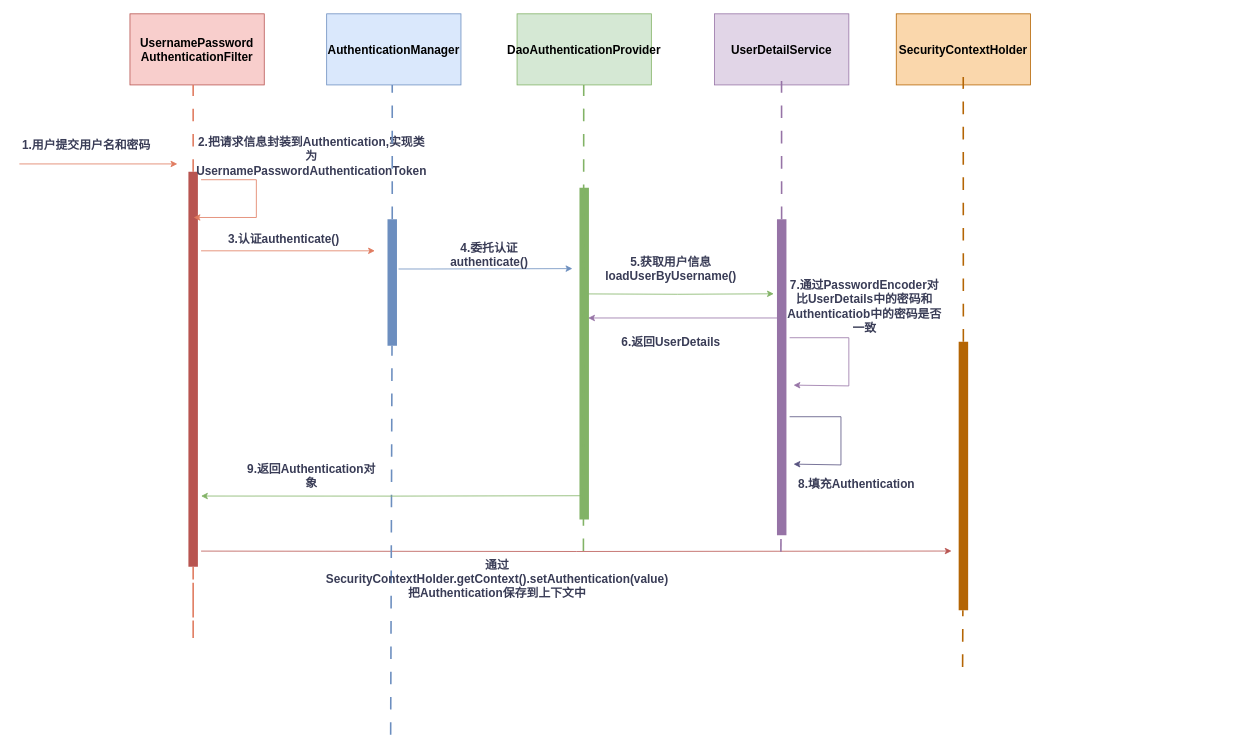
Earlier version of the draw.io diagram springsecurity入门案例认证流程图.drawio (pkqzyh/pkqzyh.github.io). Source tidied: cells renumbered, new cells numbered last; positions are measured from the earlier drawing's top-left corner, leaving out a move shared by most shapes. Both pictures are drawn from the tidied source at 79%, with x=0, y=0 at pixel (19, 13).
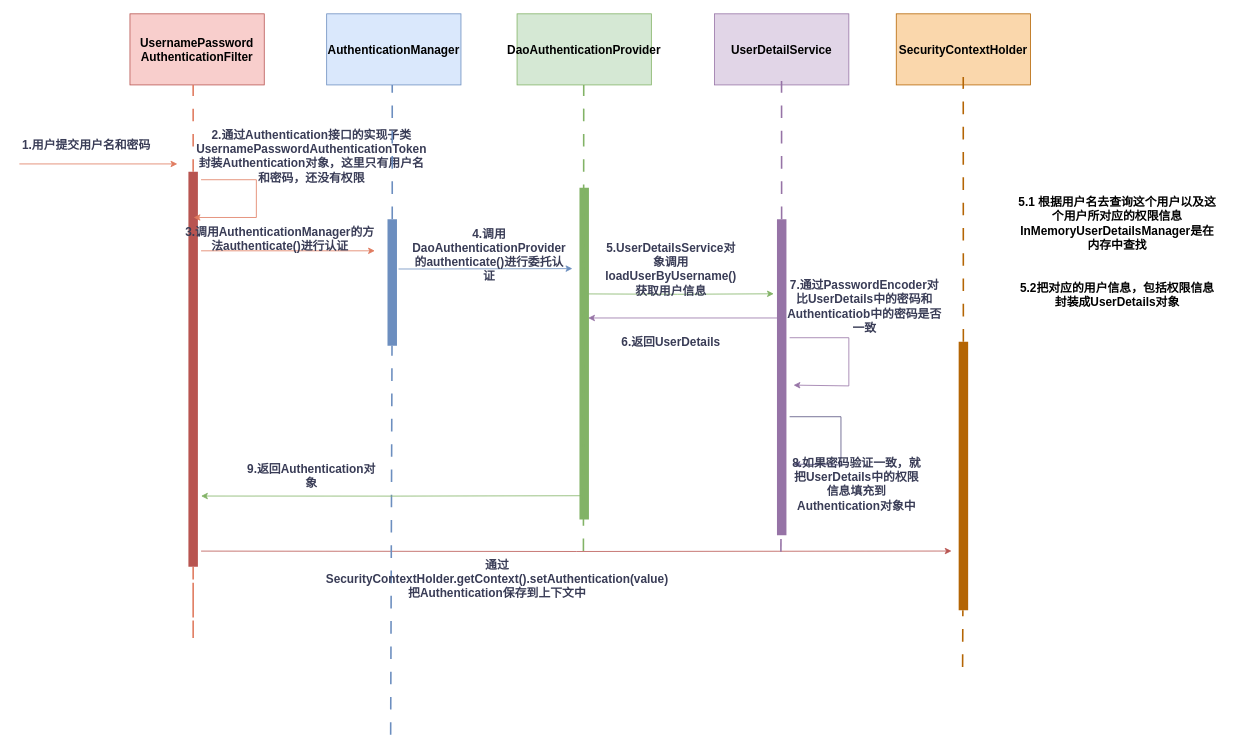
After the change.

Commit message:
更新springsecurity入门案例认证流程图.drawio

Unchanged cells that the change refers to:
```xml
<mxCell id="19" style="line;strokeWidth=12;direction=south;html=1;strokeColor=#6c8ebf;fillColor=#dae8fc;fontStyle=1;fontSize=15;" parent="1" vertex="1">
  <mxGeometry x="464" y="260" width="16" height="160" as="geometry" />
</mxCell>
<mxCell id="36" style="line;strokeWidth=12;direction=south;html=1;strokeColor=#9673a6;fillColor=#e1d5e7;fontStyle=1;fontSize=15;" parent="1" vertex="1">
  <mxGeometry x="955" y="260" width="20" height="400" as="geometry" />
</mxCell>
```

The edit, as a diff of the source:
```diff
@@
-    <mxCell id="9" style="edgeStyle=orthogonalEdgeStyle;rounded=0;orthogonalLoop=1;jettySize=auto;html=1;strokeColor=#E07A5F;fontColor=#393C56;fillColor=#F2CC8F;fontSize=15;" parent="1" edge="1">
+    <mxCell id="9" style="edgeStyle=orthogonalEdgeStyle;rounded=0;orthogonalLoop=1;jettySize=auto;html=1;strokeColor=#E07A5F;fontColor=#393C56;fillColor=#F2CC8F;fontSize=15;fontStyle=1;" parent="1" edge="1">
       <mxGeometry relative="1" as="geometry">
         <mxPoint x="230" y="300" as="sourcePoint" />
         <mxPoint x="450" y="300" as="targetPoint" />
       </mxGeometry>
     </mxCell>
-    <mxCell id="10" style="edgeStyle=orthogonalEdgeStyle;rounded=0;orthogonalLoop=1;jettySize=auto;html=1;strokeColor=#b85450;fontColor=#393C56;fillColor=#f8cecc;fontSize=15;" parent="1" edge="1">
+    <mxCell id="10" style="edgeStyle=orthogonalEdgeStyle;rounded=0;orthogonalLoop=1;jettySize=auto;html=1;strokeColor=#b85450;fontColor=#393C56;fillColor=#f8cecc;fontSize=15;fontStyle=1;" parent="1" edge="1">
       <mxGeometry relative="1" as="geometry">
         <mxPoint x="230" y="680.1" as="sourcePoint" />
         <mxPoint x="1180" y="680" as="targetPoint" />
       </mxGeometry>
     </mxCell>
@@
-    <mxCell id="14" value="&lt;font style=&quot;font-size: 15px;&quot;&gt;2.把请求信息封装到Authentication,实现类为UsernamePasswordAuthenticationToken&lt;/font&gt;" style="text;html=1;align=center;verticalAlign=middle;whiteSpace=wrap;rounded=0;fontColor=#393C56;fontStyle=1;fontSize=15;" parent="1" vertex="1">
+    <mxCell id="14" value="&lt;font style=&quot;font-size: 15px;&quot;&gt;2.通过Authentication接口的实现子类UsernamePasswordAuthenticationToken封装Authentication对象，这里只有用户名和密码，还没有权限&lt;/font&gt;" style="text;html=1;align=center;verticalAlign=middle;whiteSpace=wrap;rounded=0;fontColor=#393C56;fontStyle=1;fontSize=15;" parent="1" vertex="1">
       <mxGeometry x="220" y="150" width="300" height="60" as="geometry" />
     </mxCell>
@@
-    <mxCell id="16" value="&lt;font style=&quot;font-size: 15px;&quot;&gt;3.认证authenticate()&lt;/font&gt;" style="text;html=1;align=center;verticalAlign=middle;whiteSpace=wrap;rounded=0;fontColor=#393C56;fontStyle=1;fontSize=15;" parent="1" vertex="1">
-      <mxGeometry x="250" y="270" width="170" height="30" as="geometry" />
+    <mxCell id="16" value="&lt;font style=&quot;font-size: 15px;&quot;&gt;3.调用AuthenticationManager的方法authenticate()进行认证&lt;/font&gt;" style="text;html=1;align=center;verticalAlign=middle;whiteSpace=wrap;rounded=0;fontColor=#393C56;fontStyle=1;fontSize=15;" parent="1" vertex="1">
+      <mxGeometry x="205" y="270" width="250" height="30" as="geometry" />
     </mxCell>
@@
-    <mxCell id="18" style="edgeStyle=orthogonalEdgeStyle;rounded=0;jettySize=auto;html=1;strokeColor=#6c8ebf;fontColor=#393C56;fillColor=#dae8fc;fontSize=15;" parent="1" edge="1" source="19">
+    <mxCell id="18" style="edgeStyle=orthogonalEdgeStyle;rounded=0;jettySize=auto;html=1;strokeColor=#6c8ebf;fontColor=#393C56;fillColor=#dae8fc;fontSize=15;fontStyle=1;" parent="1" edge="1" source="19">
       <mxGeometry relative="1" as="geometry">
         <mxPoint x="700" y="322.5" as="targetPoint" />
         <Array as="points">
           <mxPoint x="520" y="323" />
           <mxPoint x="520" y="323" />
         </Array>
       </mxGeometry>
     </mxCell>
@@
-    <mxCell id="20" style="edgeStyle=orthogonalEdgeStyle;rounded=0;orthogonalLoop=1;jettySize=auto;html=1;strokeColor=#82b366;fontColor=#393C56;fillColor=#d5e8d4;fontSize=15;" parent="1" edge="1">
+    <mxCell id="20" style="edgeStyle=orthogonalEdgeStyle;rounded=0;orthogonalLoop=1;jettySize=auto;html=1;strokeColor=#82b366;fontColor=#393C56;fillColor=#d5e8d4;fontSize=15;fontStyle=1;" parent="1" edge="1">
       <mxGeometry relative="1" as="geometry">
         <mxPoint x="710" y="354.5" as="sourcePoint" />
         <mxPoint x="955" y="354.4" as="targetPoint" />
       </mxGeometry>
     </mxCell>
@@
-    <mxCell id="22" value="&lt;font style=&quot;font-size: 15px;&quot;&gt;4.委托认证authenticate()&lt;/font&gt;" style="text;html=1;align=center;verticalAlign=middle;whiteSpace=wrap;rounded=0;fontColor=#393C56;fontStyle=1;fontSize=15;" parent="1" vertex="1">
+    <mxCell id="22" value="&lt;font style=&quot;font-size: 15px;&quot;&gt;4.调用DaoAuthenticationProvider的authenticate()进行委托认证&lt;/font&gt;" style="text;html=1;align=center;verticalAlign=middle;whiteSpace=wrap;rounded=0;fontColor=#393C56;fontStyle=1;fontSize=15;" parent="1" vertex="1">
       <mxGeometry x="510" y="290" width="170" height="30" as="geometry" />
     </mxCell>
-    <mxCell id="23" style="edgeStyle=orthogonalEdgeStyle;rounded=0;orthogonalLoop=1;jettySize=auto;html=1;strokeColor=#9673a6;fontColor=#393C56;fillColor=#e1d5e7;fontSize=15;" parent="1" edge="1">
+    <mxCell id="23" style="edgeStyle=orthogonalEdgeStyle;rounded=0;orthogonalLoop=1;jettySize=auto;html=1;strokeColor=#9673a6;fontColor=#393C56;fillColor=#e1d5e7;fontSize=15;fontStyle=1;" parent="1" edge="1">
       <mxGeometry relative="1" as="geometry">
         <mxPoint x="965" y="385" as="sourcePoint" />
         <mxPoint x="720" y="385" as="targetPoint" />
       </mxGeometry>
     </mxCell>
-    <mxCell id="24" style="edgeStyle=orthogonalEdgeStyle;rounded=0;jettySize=auto;html=1;strokeColor=#9673a6;fontColor=#393C56;fillColor=#e1d5e7;fontSize=15;" parent="1" edge="1" source="36">
+    <mxCell id="24" style="edgeStyle=orthogonalEdgeStyle;rounded=0;jettySize=auto;html=1;strokeColor=#9673a6;fontColor=#393C56;fillColor=#e1d5e7;fontSize=15;fontStyle=1;" parent="1" edge="1" source="36">
       <mxGeometry relative="1" as="geometry">
         <mxPoint x="980" y="470" as="targetPoint" />
         <Array as="points">
           <mxPoint x="1050" y="410" />
           <mxPoint x="1050" y="471" />
           <mxPoint x="980" y="471" />
         </Array>
       </mxGeometry>
     </mxCell>
@@
-    <mxCell id="27" value="&lt;font style=&quot;font-size: 15px;&quot;&gt;5.获取用户信息&lt;/font&gt;&lt;div style=&quot;font-size: 15px;&quot;&gt;&lt;font style=&quot;font-size: 15px;&quot;&gt;loadUserByUsername()&lt;/font&gt;&lt;/div&gt;" style="text;html=1;align=center;verticalAlign=middle;whiteSpace=wrap;rounded=0;fontColor=#393C56;fontStyle=1;fontSize=15;" parent="1" vertex="1">
+    <mxCell id="27" value="&lt;font style=&quot;font-size: 15px;&quot;&gt;5.UserDetailsService对象调用&lt;/font&gt;&lt;div style=&quot;font-size: 15px;&quot;&gt;&lt;font style=&quot;font-size: 15px;&quot;&gt;loadUserByUsername()获取用户信息&lt;/font&gt;&lt;/div&gt;" style="text;html=1;align=center;verticalAlign=middle;whiteSpace=wrap;rounded=0;fontColor=#393C56;fontStyle=1;fontSize=15;" parent="1" vertex="1">
       <mxGeometry x="740" y="307.5" width="170" height="30" as="geometry" />
     </mxCell>
@@
-    <mxCell id="30" style="edgeStyle=orthogonalEdgeStyle;rounded=0;orthogonalLoop=1;jettySize=auto;html=1;strokeColor=#E07A5F;fontColor=#393C56;fillColor=#F2CC8F;entryX=0.229;entryY=0.468;entryDx=0;entryDy=0;entryPerimeter=0;fontSize=15;" parent="1" edge="1">
+    <mxCell id="30" style="edgeStyle=orthogonalEdgeStyle;rounded=0;orthogonalLoop=1;jettySize=auto;html=1;strokeColor=#E07A5F;fontColor=#393C56;fillColor=#F2CC8F;entryX=0.229;entryY=0.468;entryDx=0;entryDy=0;entryPerimeter=0;fontSize=15;fontStyle=1;" parent="1" edge="1">
       <mxGeometry relative="1" as="geometry">
         <mxPoint x="230" y="210" as="sourcePoint" />
         <mxPoint x="220.6" y="257.8" as="targetPoint" />
         <Array as="points">
           <mxPoint x="300" y="209.9" />
           <mxPoint x="300" y="257.9" />
         </Array>
       </mxGeometry>
     </mxCell>
@@
-    <mxCell id="35" style="edgeStyle=orthogonalEdgeStyle;rounded=0;jettySize=auto;html=1;strokeColor=#56517e;fontColor=#393C56;fillColor=#d0cee2;fontSize=15;" parent="1" edge="1" source="36">
+    <mxCell id="35" style="edgeStyle=orthogonalEdgeStyle;rounded=0;jettySize=auto;html=1;strokeColor=#56517e;fontColor=#393C56;fillColor=#d0cee2;fontSize=15;fontStyle=1;" parent="1" edge="1" source="36">
       <mxGeometry relative="1" as="geometry">
         <mxPoint x="980" y="570" as="targetPoint" />
         <Array as="points">
           <mxPoint x="1040" y="510" />
           <mxPoint x="1040" y="571" />
           <mxPoint x="980" y="571" />
         </Array>
       </mxGeometry>
     </mxCell>
@@
-    <mxCell id="37" value="&lt;font style=&quot;font-size: 15px;&quot;&gt;8.填充Authentication&lt;/font&gt;" style="text;html=1;align=center;verticalAlign=middle;whiteSpace=wrap;rounded=0;fontColor=#393C56;fontStyle=1;fontSize=15;" parent="1" vertex="1">
+    <mxCell id="37" value="&lt;font style=&quot;font-size: 15px;&quot;&gt;8.如果密码验证一致，就把UserDetails中的权限信息填充到Authentication对象中&lt;/font&gt;" style="text;html=1;align=center;verticalAlign=middle;whiteSpace=wrap;rounded=0;fontColor=#393C56;fontStyle=1;fontSize=15;" parent="1" vertex="1">
       <mxGeometry x="975" y="580" width="170" height="30" as="geometry" />
     </mxCell>
@@
-    <mxCell id="39" style="edgeStyle=orthogonalEdgeStyle;rounded=0;orthogonalLoop=1;jettySize=auto;html=1;entryX=0.461;entryY=0.374;entryDx=0;entryDy=0;entryPerimeter=0;strokeColor=#82b366;fontColor=#393C56;fillColor=#d5e8d4;fontSize=15;" parent="1" edge="1">
+    <mxCell id="39" style="edgeStyle=orthogonalEdgeStyle;rounded=0;orthogonalLoop=1;jettySize=auto;html=1;entryX=0.461;entryY=0.374;entryDx=0;entryDy=0;entryPerimeter=0;strokeColor=#82b366;fontColor=#393C56;fillColor=#d5e8d4;fontSize=15;fontStyle=1;" parent="1" edge="1">
       <mxGeometry relative="1" as="geometry">
         <mxPoint x="712.5" y="610" as="sourcePoint" />
         <mxPoint x="230" y="610.4" as="targetPoint" />
       </mxGeometry>
     </mxCell>
@@
+    <mxCell id="41" value="&lt;span style=&quot;font-size: 15px;&quot;&gt;&lt;font style=&quot;font-size: 15px;&quot;&gt;5.1 根据用户名去查询这个用户以及这个用户所对应的权限信息&lt;/font&gt;&lt;/span&gt;&lt;div style=&quot;font-size: 15px;&quot;&gt;&lt;span style=&quot;font-size: 15px;&quot;&gt;&lt;font style=&quot;font-size: 15px;&quot;&gt;InMemoryUserDetailsManager是在内存中查找&lt;/font&gt;&lt;/span&gt;&lt;/div&gt;" style="text;html=1;align=center;verticalAlign=middle;whiteSpace=wrap;rounded=0;fontSize=15;fontStyle=1;" parent="1" vertex="1">
+      <mxGeometry x="1260" y="250" width="260" height="30" as="geometry" />
+    </mxCell>
+    <mxCell id="42" value="&lt;span style=&quot;font-size: 15px;&quot;&gt;&lt;font style=&quot;font-size: 15px;&quot;&gt;&lt;span style=&quot;font-size: 15px;&quot;&gt;5.2把对应的用户信息，包括权限信息封装成UserDetails对象&lt;/span&gt;&lt;/font&gt;&lt;/span&gt;" style="text;html=1;align=center;verticalAlign=middle;whiteSpace=wrap;rounded=0;fontSize=15;fontStyle=1;" parent="1" vertex="1">
+      <mxGeometry x="1260" y="340" width="260" height="30" as="geometry" />
+    </mxCell>
```
